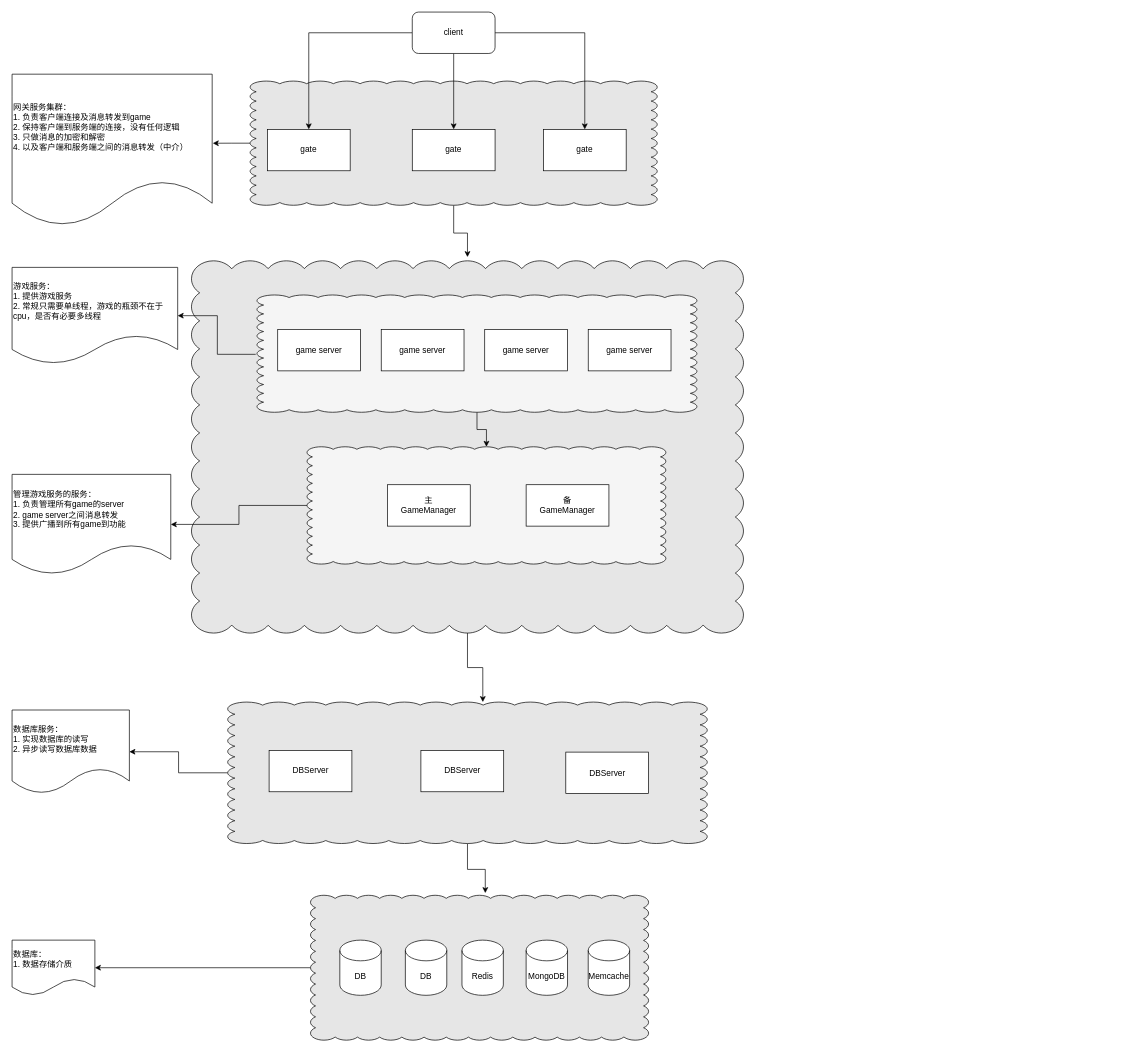
Above: architecture.drawio in smakry/drawio (draw.io), before the change. Source tidied: cells renumbered, new cells numbered last; positions are measured from the earlier drawing's top-left corner, leaving out a move shared by most shapes. Both pictures are drawn from the tidied source at 69%, with x=0, y=0 at pixel (12, 12).
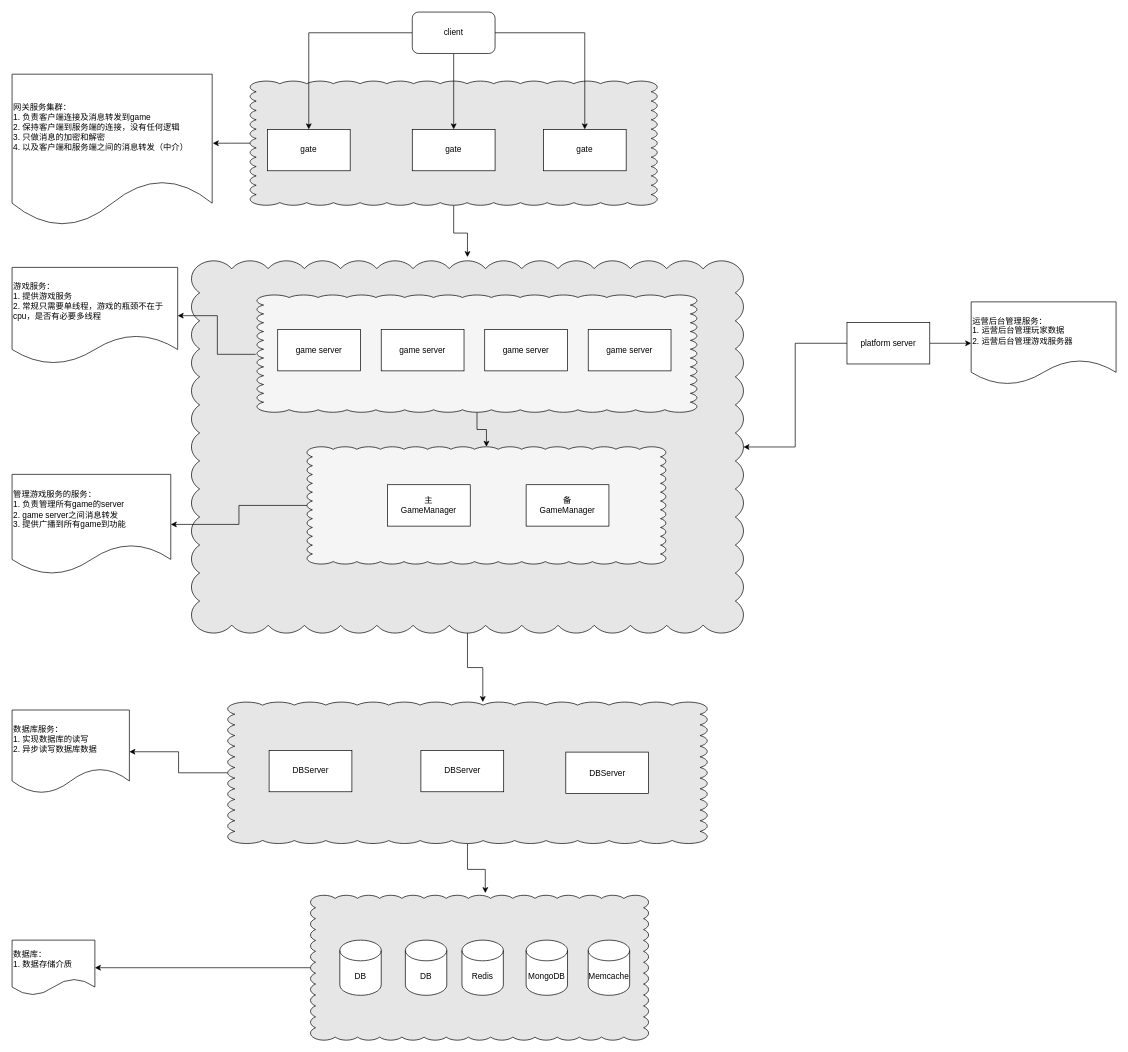
The same page after the edit.

The change refers to these unchanged cells:
```xml
<mxCell id="6" style="whiteSpace=wrap;html=1;shape=mxgraph.basic.cloud_rect;labelBackgroundColor=none;fillColor=#E6E6E6;" parent="1" vertex="1">
  <mxGeometry x="260" y="360.5" width="800" height="539.5" as="geometry" />
</mxCell>
```

Change to the diagram source:
```diff
@@
+    <mxCell id="44" style="edgeStyle=orthogonalEdgeStyle;rounded=0;jettySize=auto;html=1;" parent="1" edge="1" source="46" target="47">
+      <mxGeometry relative="1" as="geometry" />
+    </mxCell>
+    <mxCell id="45" style="edgeStyle=orthogonalEdgeStyle;rounded=0;jettySize=auto;html=1;" parent="1" edge="1" source="46" target="6">
+      <mxGeometry relative="1" as="geometry" />
+    </mxCell>
+    <mxCell id="46" value="&lt;span style=&quot;font-size: 12px;&quot;&gt;platform server&lt;/span&gt;" style="rounded=0;whiteSpace=wrap;html=1;" parent="1" vertex="1">
+      <mxGeometry x="1210" y="450" width="120" height="60" as="geometry" />
+    </mxCell>
+    <mxCell id="47" value="运营后台管理服务：&lt;br&gt;1. 运营后台管理玩家数据&lt;br&gt;2. 运营后台管理游戏服务器" style="shape=document;whiteSpace=wrap;html=1;boundedLbl=1;align=left;" parent="1" vertex="1">
+      <mxGeometry x="1390" y="420" width="210" height="120" as="geometry" />
+    </mxCell>
```
